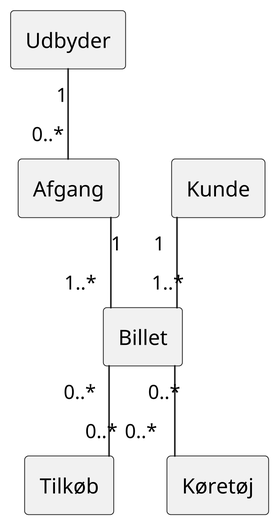
The PlantUML diagram documentation/domain_model.png in marc8193/H6PD080126, before a commit. Source of this version:
```plantuml
@startuml
skinparam linetype ortho
skinparam dpi 400

rectangle Udbyder
rectangle Afgang
rectangle Kunde
rectangle Billet
rectangle Tilkøb
rectangle Køretøj

Udbyder "1" -- "0..*" Afgang
Afgang "1" -- "1..*" Billet
Kunde "1" -- "1..*" Billet
Billet "0..*" -- "0..*" Tilkøb
Billet "0..*" -- "0..*" Køretøj

@enduml
```
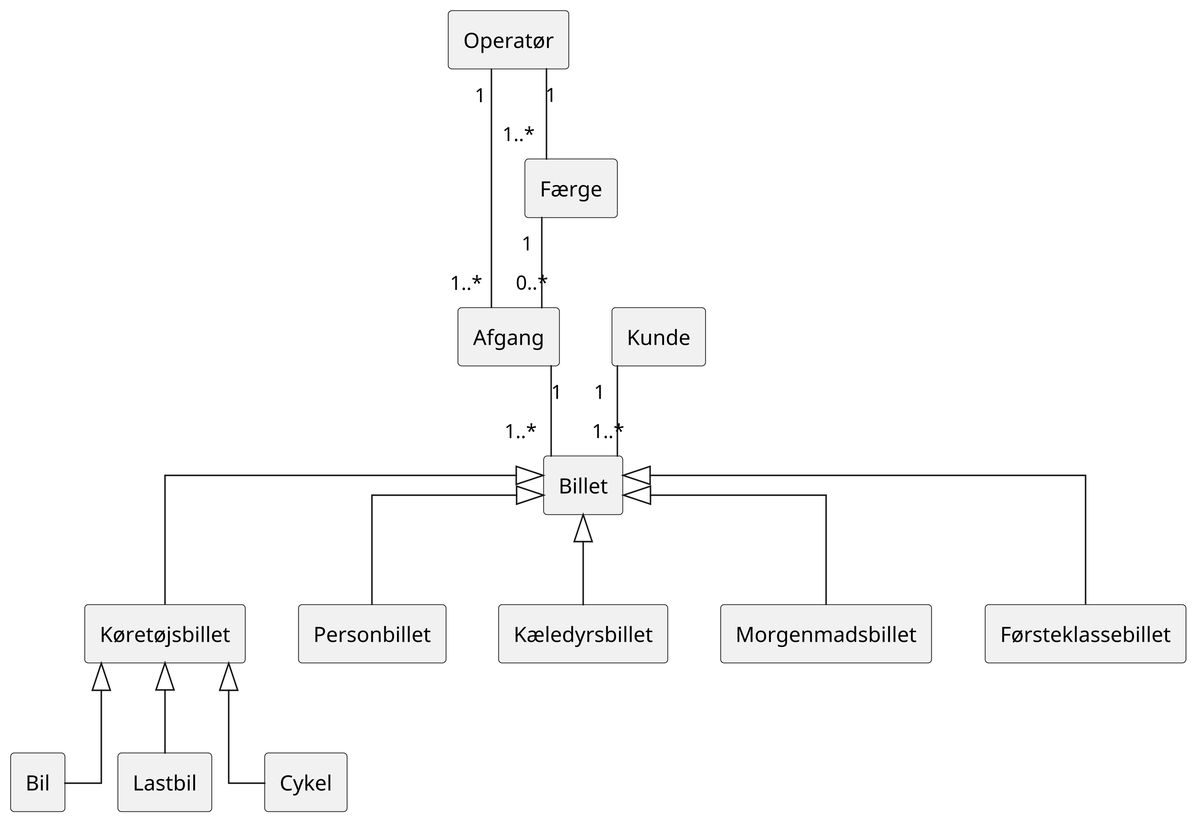
Above is the later version.

Diff of the diagram source:
```diff
@@ -2,17 +2,39 @@
 skinparam linetype ortho
 skinparam dpi 400
 
-rectangle Udbyder
+rectangle Operatør
+
 rectangle Afgang
+rectangle Færge
+
 rectangle Kunde
+
 rectangle Billet
-rectangle Tilkøb
-rectangle Køretøj
+rectangle Personbillet
+rectangle Kæledyrsbillet
+rectangle Morgenmadsbillet
+rectangle Førsteklassebillet
+rectangle Køretøjsbillet
+rectangle Bil
+rectangle Lastbil
+rectangle Cykel
 
-Udbyder "1" -- "0..*" Afgang
+Operatør "1" -- "1..*" Afgang
+Operatør "1" -- "1..*" Færge
+
+Færge "1" -- "0..*" Afgang
 Afgang "1" -- "1..*" Billet
+
 Kunde "1" -- "1..*" Billet
-Billet "0..*" -- "0..*" Tilkøb
-Billet "0..*" -- "0..*" Køretøj
+
+Personbillet -up-|> Billet
+Kæledyrsbillet -up-|> Billet
+Morgenmadsbillet -up-|> Billet
+Førsteklassebillet -up-|> Billet
+Køretøjsbillet -up-|> Billet
+
+Cykel -up-|> Køretøjsbillet
+Bil -up-|> Køretøjsbillet
+Lastbil -up-|> Køretøjsbillet
 
 @enduml
```
